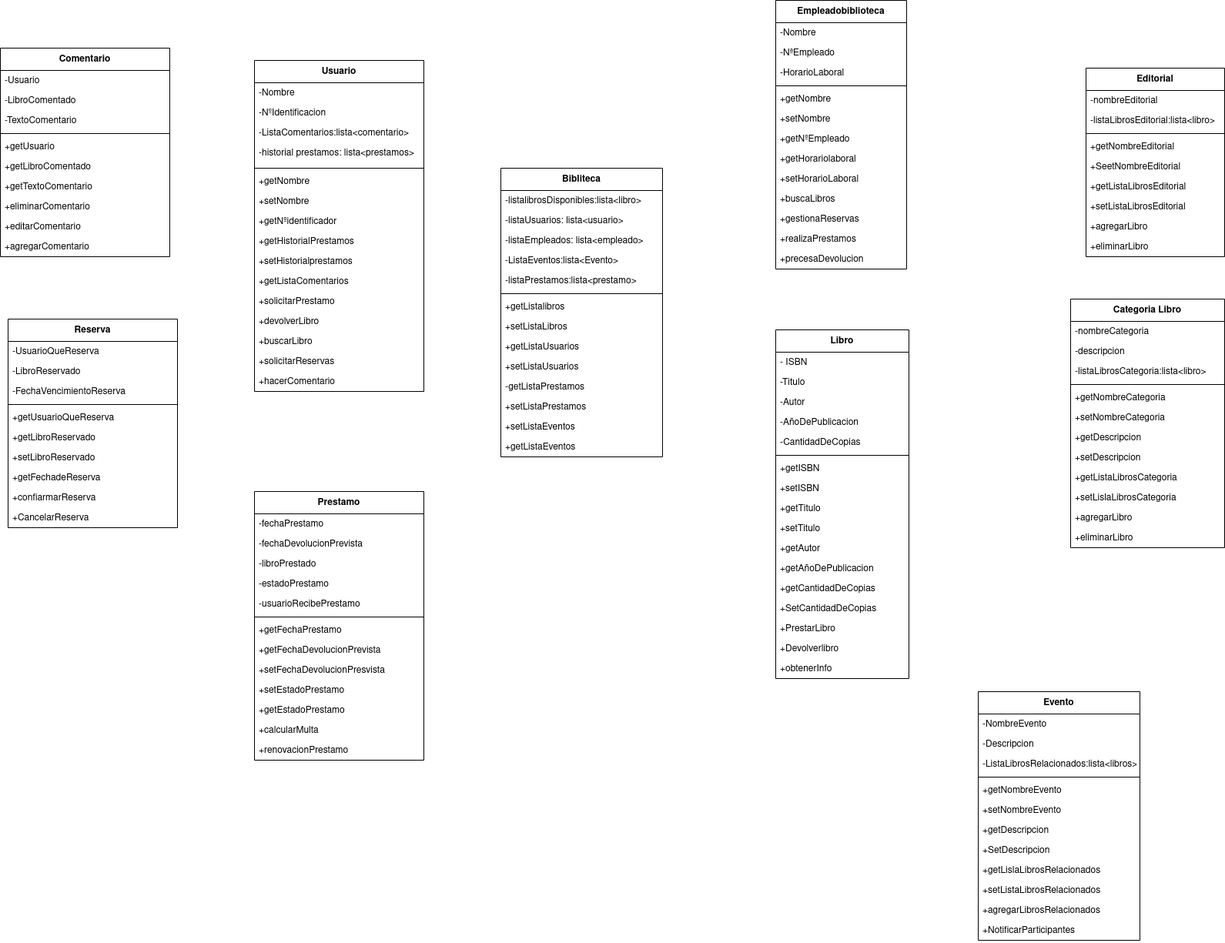
Before: Proyecto/Diagramas/diagramaClases/DiagramaDeClasesProyecto.png, a diagram exported from draw.io (adogonz23/ETS). Source tidied: cells renumbered, new cells last; positions are measured from the earlier drawing's top-left corner, leaving out a move shared by most shapes.
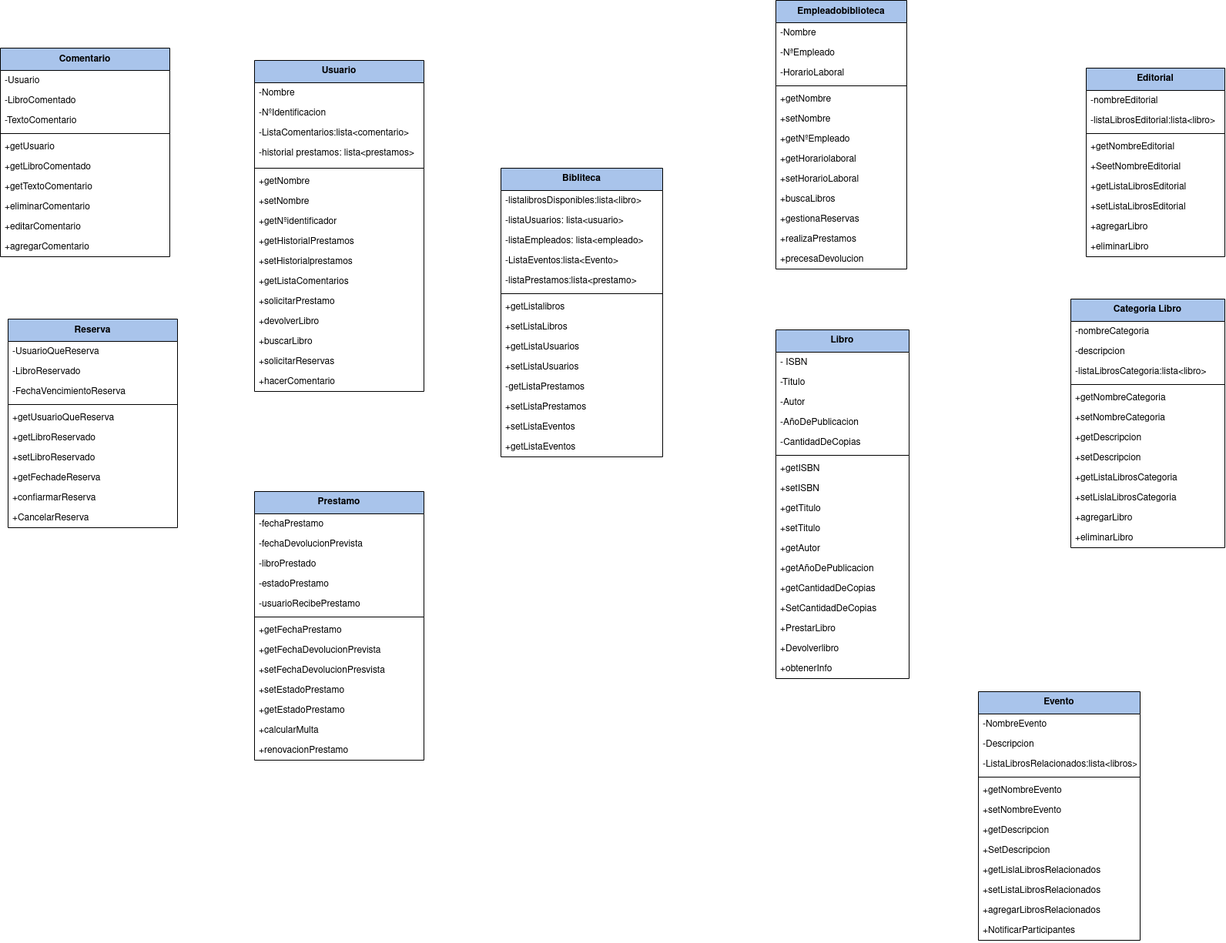
After the change.

The edit, as a diff of the source:
```diff
@@ -2,7 +2,7 @@
   <root>
     <mxCell id="0" />
     <mxCell id="1" parent="0" />
-    <mxCell id="2" value="Bibliteca" style="swimlane;fontStyle=1;align=center;verticalAlign=middle;horizontal=1;startSize=29;html=1;whiteSpace=wrap;" parent="1" vertex="1">
+    <mxCell id="2" value="Bibliteca" style="swimlane;fontStyle=1;align=center;verticalAlign=middle;horizontal=1;startSize=29;html=1;whiteSpace=wrap;fillColor=#A9C4EB;" parent="1" vertex="1">
       <mxGeometry x="650" y="218" width="210" height="375" as="geometry" />
     </mxCell>
     <mxCell id="3" value="-listalibrosDisponibles:lista&amp;lt;libro&amp;gt;" style="text;strokeColor=none;fillColor=none;align=left;verticalAlign=top;spacingLeft=4;spacingRight=4;overflow=hidden;whiteSpace=wrap;html=1;" parent="2" vertex="1">
@@ -47,7 +47,7 @@
     <mxCell id="16" value="+getListaEventos" style="text;strokeColor=none;fillColor=none;align=left;verticalAlign=top;spacingLeft=4;spacingRight=4;overflow=hidden;whiteSpace=wrap;html=1;" parent="2" vertex="1">
       <mxGeometry y="349" width="210" height="26" as="geometry" />
     </mxCell>
-    <mxCell id="17" value="Prestamo" style="swimlane;fontStyle=1;align=center;verticalAlign=middle;horizontal=1;startSize=29;html=1;whiteSpace=wrap;" parent="1" vertex="1">
+    <mxCell id="17" value="Prestamo" style="swimlane;fontStyle=1;align=center;verticalAlign=middle;horizontal=1;startSize=29;html=1;whiteSpace=wrap;fillColor=#A9C4EB;" parent="1" vertex="1">
       <mxGeometry x="330" y="638" width="220" height="349" as="geometry" />
     </mxCell>
     <mxCell id="18" value="-fechaPrestamo" style="text;strokeColor=none;fillColor=none;align=left;verticalAlign=top;spacingLeft=4;spacingRight=4;overflow=hidden;whiteSpace=wrap;html=1;" parent="17" vertex="1">
@@ -89,7 +89,7 @@
     <mxCell id="30" value="+renovacionPrestamo" style="text;strokeColor=none;fillColor=none;align=left;verticalAlign=top;spacingLeft=4;spacingRight=4;overflow=hidden;whiteSpace=wrap;html=1;" parent="17" vertex="1">
       <mxGeometry y="323" width="220" height="26" as="geometry" />
     </mxCell>
-    <mxCell id="31" value="Usuario" style="swimlane;fontStyle=1;align=center;verticalAlign=middle;horizontal=1;startSize=29;html=1;whiteSpace=wrap;" parent="1" vertex="1">
+    <mxCell id="31" value="Usuario" style="swimlane;fontStyle=1;align=center;verticalAlign=middle;horizontal=1;startSize=29;html=1;whiteSpace=wrap;fillColor=#A9C4EB;" parent="1" vertex="1">
       <mxGeometry x="330" y="78" width="220" height="430" as="geometry" />
     </mxCell>
     <mxCell id="32" value="-Nombre" style="text;strokeColor=none;fillColor=none;align=left;verticalAlign=top;spacingLeft=4;spacingRight=4;overflow=hidden;whiteSpace=wrap;html=1;" parent="31" vertex="1">
@@ -140,7 +140,7 @@
     <mxCell id="47" value="+hacerComentario" style="text;strokeColor=none;fillColor=none;align=left;verticalAlign=top;spacingLeft=4;spacingRight=4;overflow=hidden;whiteSpace=wrap;html=1;" parent="31" vertex="1">
       <mxGeometry y="404" width="220" height="26" as="geometry" />
     </mxCell>
-    <mxCell id="48" value="Libro" style="swimlane;fontStyle=1;align=center;verticalAlign=middle;horizontal=1;startSize=29;html=1;whiteSpace=wrap;" parent="1" vertex="1">
+    <mxCell id="48" value="Libro" style="swimlane;fontStyle=1;align=center;verticalAlign=middle;horizontal=1;startSize=29;html=1;whiteSpace=wrap;fillColor=#A9C4EB;" parent="1" vertex="1">
       <mxGeometry x="1007" y="428" width="173" height="453" as="geometry" />
     </mxCell>
     <mxCell id="49" value="- ISBN " style="text;strokeColor=none;fillColor=none;align=left;verticalAlign=top;spacingLeft=4;spacingRight=4;overflow=hidden;whiteSpace=wrap;html=1;" parent="48" vertex="1">
@@ -194,7 +194,7 @@
     <mxCell id="65" value="+obtenerInfo" style="text;strokeColor=none;fillColor=none;align=left;verticalAlign=top;spacingLeft=4;spacingRight=4;overflow=hidden;whiteSpace=wrap;html=1;" parent="48" vertex="1">
       <mxGeometry y="427" width="173" height="26" as="geometry" />
     </mxCell>
-    <mxCell id="66" value="Reserva" style="swimlane;fontStyle=1;align=center;verticalAlign=middle;horizontal=1;startSize=29;html=1;whiteSpace=wrap;" parent="1" vertex="1">
+    <mxCell id="66" value="Reserva" style="swimlane;fontStyle=1;align=center;verticalAlign=middle;horizontal=1;startSize=29;html=1;whiteSpace=wrap;fillColor=#A9C4EB;" parent="1" vertex="1">
       <mxGeometry x="10" y="414" width="220" height="271" as="geometry" />
     </mxCell>
     <mxCell id="67" value="-UsuarioQueReserva" style="text;strokeColor=none;fillColor=none;align=left;verticalAlign=top;spacingLeft=4;spacingRight=4;overflow=hidden;whiteSpace=wrap;html=1;" parent="66" vertex="1">
@@ -227,7 +227,7 @@
     <mxCell id="76" value="+CancelarReserva" style="text;strokeColor=none;fillColor=none;align=left;verticalAlign=top;spacingLeft=4;spacingRight=4;overflow=hidden;whiteSpace=wrap;html=1;" parent="66" vertex="1">
       <mxGeometry y="245" width="220" height="26" as="geometry" />
     </mxCell>
-    <mxCell id="77" value="Comentario" style="swimlane;fontStyle=1;align=center;verticalAlign=middle;horizontal=1;startSize=29;html=1;whiteSpace=wrap;" parent="1" vertex="1">
+    <mxCell id="77" value="&lt;span style=&quot;background-color: rgb(169, 196, 235);&quot;&gt;Comentario&lt;/span&gt;" style="swimlane;fontStyle=1;align=center;verticalAlign=middle;horizontal=1;startSize=29;html=1;whiteSpace=wrap;fillColor=#A9C4EB;" parent="1" vertex="1">
       <mxGeometry y="62" width="220" height="271" as="geometry" />
     </mxCell>
     <mxCell id="78" value="-Usuario" style="text;strokeColor=none;fillColor=none;align=left;verticalAlign=top;spacingLeft=4;spacingRight=4;overflow=hidden;whiteSpace=wrap;html=1;" parent="77" vertex="1">
@@ -260,7 +260,7 @@
     <mxCell id="87" value="+agregarComentario" style="text;strokeColor=none;fillColor=none;align=left;verticalAlign=top;spacingLeft=4;spacingRight=4;overflow=hidden;whiteSpace=wrap;html=1;" parent="77" vertex="1">
       <mxGeometry y="245" width="220" height="26" as="geometry" />
     </mxCell>
-    <mxCell id="88" value="Evento" style="swimlane;fontStyle=1;align=center;verticalAlign=middle;horizontal=1;startSize=29;html=1;whiteSpace=wrap;" parent="1" vertex="1">
+    <mxCell id="88" value="Evento" style="swimlane;fontStyle=1;align=center;verticalAlign=middle;horizontal=1;startSize=29;html=1;whiteSpace=wrap;fillColor=#A9C4EB;strokeColor=#000000;" parent="1" vertex="1">
       <mxGeometry x="1270" y="898" width="210" height="323" as="geometry" />
     </mxCell>
     <mxCell id="89" value="-NombreEvento" style="text;strokeColor=none;fillColor=none;align=left;verticalAlign=top;spacingLeft=4;spacingRight=4;overflow=hidden;whiteSpace=wrap;html=1;" parent="88" vertex="1">
@@ -299,7 +299,7 @@
     <mxCell id="100" value="+NotificarParticipantes" style="text;strokeColor=none;fillColor=none;align=left;verticalAlign=top;spacingLeft=4;spacingRight=4;overflow=hidden;whiteSpace=wrap;html=1;" parent="88" vertex="1">
       <mxGeometry y="297" width="210" height="26" as="geometry" />
     </mxCell>
-    <mxCell id="101" value="Editorial" style="swimlane;fontStyle=1;align=center;verticalAlign=middle;horizontal=1;startSize=29;html=1;whiteSpace=wrap;" parent="1" vertex="1">
+    <mxCell id="101" value="Editorial" style="swimlane;fontStyle=1;align=center;verticalAlign=middle;horizontal=1;startSize=29;html=1;whiteSpace=wrap;fillColor=#A9C4EB;" parent="1" vertex="1">
       <mxGeometry x="1410" y="88" width="180" height="245" as="geometry" />
     </mxCell>
     <mxCell id="102" value="-nombreEditorial" style="text;strokeColor=none;fillColor=none;align=left;verticalAlign=top;spacingLeft=4;spacingRight=4;overflow=hidden;whiteSpace=wrap;html=1;" parent="101" vertex="1">
@@ -329,7 +329,7 @@
     <mxCell id="110" value="+eliminarLibro" style="text;strokeColor=none;fillColor=none;align=left;verticalAlign=top;spacingLeft=4;spacingRight=4;overflow=hidden;whiteSpace=wrap;html=1;" parent="101" vertex="1">
       <mxGeometry y="219" width="180" height="26" as="geometry" />
     </mxCell>
-    <mxCell id="111" value="Empleadobiblioteca" style="swimlane;fontStyle=1;align=center;verticalAlign=middle;horizontal=1;startSize=29;html=1;whiteSpace=wrap;" parent="1" vertex="1">
+    <mxCell id="111" value="Empleadobiblioteca" style="swimlane;fontStyle=1;align=center;verticalAlign=middle;horizontal=1;startSize=29;html=1;whiteSpace=wrap;fillColor=#A9C4EB;" parent="1" vertex="1">
       <mxGeometry x="1007" width="170" height="349" as="geometry" />
     </mxCell>
     <mxCell id="112" value="-Nombre" style="text;strokeColor=none;fillColor=none;align=left;verticalAlign=top;spacingLeft=4;spacingRight=4;overflow=hidden;whiteSpace=wrap;html=1;" parent="111" vertex="1">
@@ -371,7 +371,7 @@
     <mxCell id="124" value="+precesaDevolucion" style="text;strokeColor=none;fillColor=none;align=left;verticalAlign=top;spacingLeft=4;spacingRight=4;overflow=hidden;whiteSpace=wrap;html=1;" parent="111" vertex="1">
       <mxGeometry y="323" width="170" height="26" as="geometry" />
     </mxCell>
-    <mxCell id="125" value="Categoria Libro" style="swimlane;fontStyle=1;align=center;verticalAlign=middle;horizontal=1;startSize=29;html=1;whiteSpace=wrap;" parent="1" vertex="1">
+    <mxCell id="125" value="Categoria Libro" style="swimlane;fontStyle=1;align=center;verticalAlign=middle;horizontal=1;startSize=29;html=1;whiteSpace=wrap;fillColor=#A9C4EB;" parent="1" vertex="1">
       <mxGeometry x="1390" y="388" width="200" height="323" as="geometry" />
     </mxCell>
     <mxCell id="126" value="-nombreCategoria" style="text;strokeColor=none;fillColor=none;align=left;verticalAlign=top;spacingLeft=4;spacingRight=4;overflow=hidden;whiteSpace=wrap;html=1;" parent="125" vertex="1">
```
